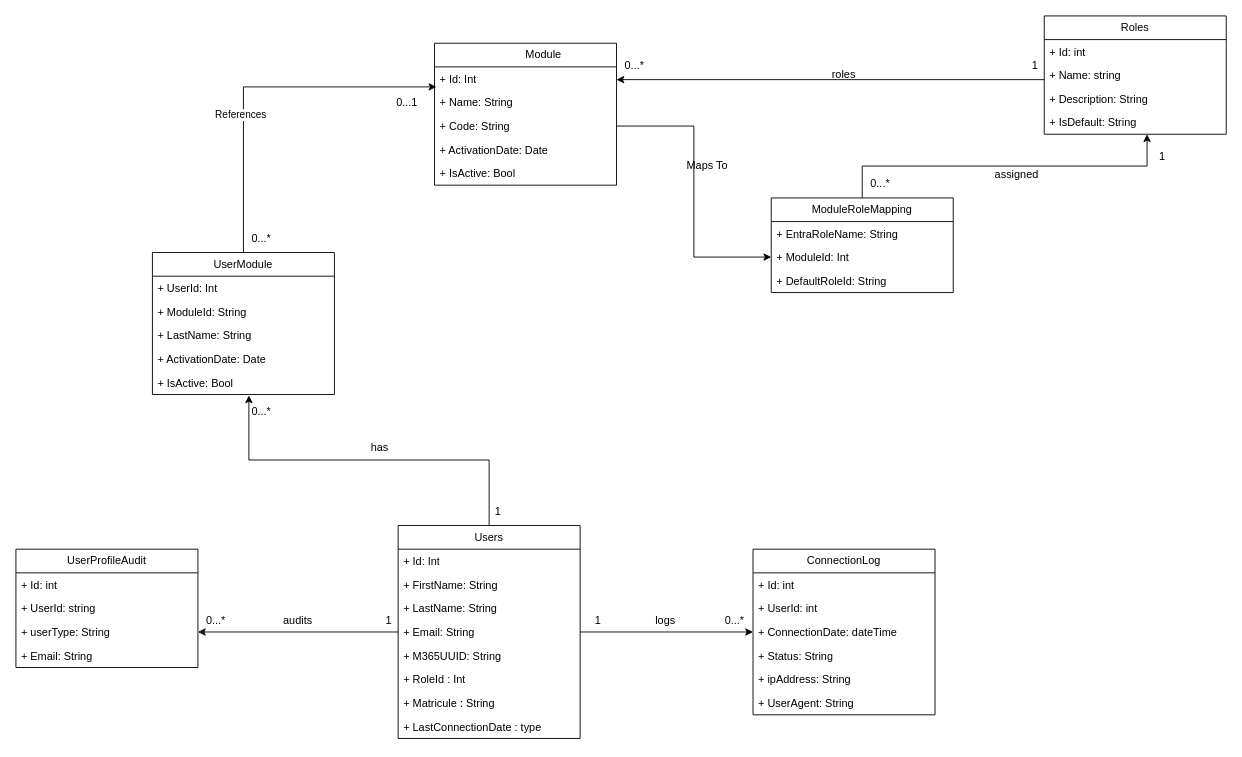
Before: FluxConnexionMasterData_ClassDiagram.drawio in LeloKarma/website, a draw.io diagram. Source tidied: cells renumbered, new cells numbered last; positions are measured from the earlier drawing's top-left corner, leaving out a move shared by most shapes. Both pictures are drawn from the tidied source at 91%, with x=0, y=0 at pixel (15, 15).
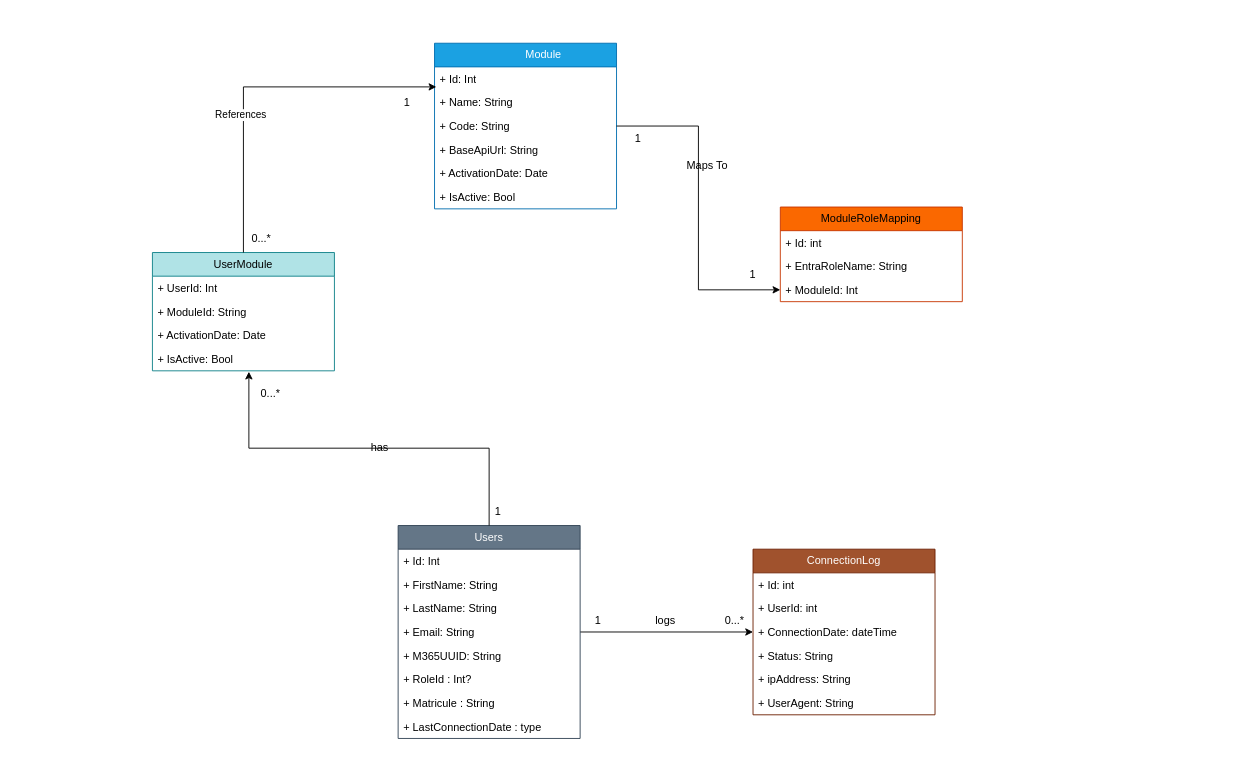
Above is the later version.

Commit message:
Mettre à jour FluxConnexionMasterData_ClassDiagram.drawio

Change to the diagram source:
```diff
@@
-    <mxCell id="3" style="edgeStyle=orthogonalEdgeStyle;rounded=0;jettySize=auto;html=1;" parent="1" edge="1" source="4" target="40">
-      <mxGeometry relative="1" as="geometry" />
-    </mxCell>
-    <mxCell id="4" value="Users" style="swimlane;fontStyle=0;horizontal=1;startSize=26;fillColor=none;whiteSpace=wrap;html=1;" parent="1" vertex="1">
+    <mxCell id="4" value="Users" style="swimlane;fontStyle=0;horizontal=1;startSize=26;fillColor=#647687;whiteSpace=wrap;html=1;fontColor=#ffffff;strokeColor=#314354;" parent="1" vertex="1">
       <mxGeometry x="420" y="560" width="200" height="234" as="geometry" />
     </mxCell>
@@
-    <mxCell id="10" value="+ RoleId&amp;nbsp;&lt;span style=&quot;background-color: transparent; color: light-dark(rgb(0, 0, 0), rgb(255, 255, 255));&quot;&gt;: Int&lt;/span&gt;" style="text;strokeColor=none;fillColor=none;align=left;verticalAlign=top;spacingLeft=4;spacingRight=4;overflow=hidden;whiteSpace=wrap;html=1;" parent="4" vertex="1">
+    <mxCell id="10" value="+ RoleId&amp;nbsp;&lt;span style=&quot;background-color: transparent; color: light-dark(rgb(0, 0, 0), rgb(255, 255, 255));&quot;&gt;: Int?&lt;/span&gt;" style="text;strokeColor=none;fillColor=none;align=left;verticalAlign=top;spacingLeft=4;spacingRight=4;overflow=hidden;whiteSpace=wrap;html=1;" parent="4" vertex="1">
       <mxGeometry y="156" width="200" height="26" as="geometry" />
     </mxCell>
@@
-    <mxCell id="13" style="edgeStyle=orthogonalEdgeStyle;rounded=0;jettySize=auto;html=1;entryX=0.565;entryY=1;entryDx=0;entryDy=0;entryPerimeter=0;" parent="1" edge="1" source="14" target="46">
-      <mxGeometry relative="1" as="geometry" />
-    </mxCell>
-    <mxCell id="14" value="ModuleRoleMapping" style="swimlane;fontStyle=0;horizontal=1;startSize=26;fillColor=none;whiteSpace=wrap;html=1;" parent="1" vertex="1">
-      <mxGeometry x="830" y="200" width="200" height="104" as="geometry" />
+    <mxCell id="14" value="ModuleRoleMapping" style="swimlane;fontStyle=0;horizontal=1;startSize=26;fillColor=#fa6800;whiteSpace=wrap;html=1;fontColor=#000000;strokeColor=#C73500;" parent="1" vertex="1">
+      <mxGeometry x="840" y="210" width="200" height="104" as="geometry" />
     </mxCell>
+    <mxCell id="17" value="+ Id: int" style="text;strokeColor=none;fillColor=none;align=left;verticalAlign=top;spacingLeft=4;spacingRight=4;overflow=hidden;whiteSpace=wrap;html=1;" parent="14" vertex="1">
+      <mxGeometry y="26" width="200" height="26" as="geometry" />
+    </mxCell>
     <mxCell id="15" value="+ EntraRoleName: String" style="text;strokeColor=none;fillColor=none;align=left;verticalAlign=top;spacingLeft=4;spacingRight=4;overflow=hidden;whiteSpace=wrap;html=1;" parent="14" vertex="1">
-      <mxGeometry y="26" width="200" height="26" as="geometry" />
+      <mxGeometry y="52" width="200" height="26" as="geometry" />
     </mxCell>
     <mxCell id="16" value="+ ModuleId: Int" style="text;strokeColor=none;fillColor=none;align=left;verticalAlign=top;spacingLeft=4;spacingRight=4;overflow=hidden;points=[[0,0.5],[1,0.5]];portConstraint=eastwest;whiteSpace=wrap;html=1;" parent="14" vertex="1">
-      <mxGeometry y="52" width="200" height="26" as="geometry" />
+      <mxGeometry y="78" width="200" height="26" as="geometry" />
     </mxCell>
-    <mxCell id="17" value="+ DefaultRoleId: String" style="text;strokeColor=none;fillColor=none;align=left;verticalAlign=top;spacingLeft=4;spacingRight=4;overflow=hidden;whiteSpace=wrap;html=1;" parent="14" vertex="1">
-      <mxGeometry y="78" width="200" height="26" as="geometry" />
-    </mxCell>
-    <mxCell id="18" value="UserModule" style="swimlane;fontStyle=0;horizontal=1;startSize=26;fillColor=none;whiteSpace=wrap;html=1;" parent="1" vertex="1">
-      <mxGeometry x="150" y="260" width="200" height="156" as="geometry" />
+    <mxCell id="18" value="UserModule" style="swimlane;fontStyle=0;horizontal=1;startSize=26;fillColor=#b0e3e6;whiteSpace=wrap;html=1;strokeColor=#0e8088;" parent="1" vertex="1">
+      <mxGeometry x="150" y="260" width="200" height="130" as="geometry" />
     </mxCell>
@@
-    <mxCell id="21" value="+ LastName: String" style="text;strokeColor=none;fillColor=none;align=left;verticalAlign=top;spacingLeft=4;spacingRight=4;overflow=hidden;whiteSpace=wrap;html=1;" parent="18" vertex="1">
-      <mxGeometry y="78" width="200" height="26" as="geometry" />
-    </mxCell>
     <mxCell id="22" value="+ ActivationDate: Date" style="text;strokeColor=none;fillColor=none;align=left;verticalAlign=top;spacingLeft=4;spacingRight=4;overflow=hidden;whiteSpace=wrap;html=1;" parent="18" vertex="1">
-      <mxGeometry y="104" width="200" height="26" as="geometry" />
+      <mxGeometry y="78" width="200" height="26" as="geometry" />
     </mxCell>
     <mxCell id="23" value="+ IsActive: Bool" style="text;strokeColor=none;fillColor=none;align=left;verticalAlign=top;spacingLeft=4;spacingRight=4;overflow=hidden;points=[[0,0.5],[1,0.5]];portConstraint=eastwest;whiteSpace=wrap;html=1;" parent="18" vertex="1">
-      <mxGeometry y="130" width="200" height="26" as="geometry" />
+      <mxGeometry y="104" width="200" height="26" as="geometry" />
     </mxCell>
-    <mxCell id="24" value="&lt;blockquote style=&quot;margin: 0 0 0 40px; border: none; padding: 0px;&quot;&gt;Module&lt;/blockquote&gt;" style="swimlane;fontStyle=0;horizontal=1;startSize=26;fillColor=none;whiteSpace=wrap;html=1;" parent="1" vertex="1">
-      <mxGeometry x="460" y="30" width="200" height="156" as="geometry" />
+    <mxCell id="24" value="&lt;blockquote style=&quot;margin: 0 0 0 40px; border: none; padding: 0px;&quot;&gt;Module&lt;/blockquote&gt;" style="swimlane;fontStyle=0;horizontal=1;startSize=26;fillColor=#1ba1e2;whiteSpace=wrap;html=1;fontColor=#ffffff;strokeColor=#006EAF;" parent="1" vertex="1">
+      <mxGeometry x="460" y="30" width="200" height="182" as="geometry" />
     </mxCell>
@@
+    <mxCell id="70" value="+ BaseApiUrl: String" style="text;strokeColor=none;fillColor=none;align=left;verticalAlign=top;spacingLeft=4;spacingRight=4;overflow=hidden;whiteSpace=wrap;html=1;" parent="24" vertex="1">
+      <mxGeometry y="104" width="200" height="26" as="geometry" />
+    </mxCell>
     <mxCell id="28" value="+ ActivationDate: Date" style="text;strokeColor=none;fillColor=none;align=left;verticalAlign=top;spacingLeft=4;spacingRight=4;overflow=hidden;whiteSpace=wrap;html=1;" parent="24" vertex="1">
-      <mxGeometry y="104" width="200" height="26" as="geometry" />
+      <mxGeometry y="130" width="200" height="26" as="geometry" />
     </mxCell>
     <mxCell id="29" value="+ IsActive: Bool" style="text;strokeColor=none;fillColor=none;align=left;verticalAlign=top;spacingLeft=4;spacingRight=4;overflow=hidden;whiteSpace=wrap;html=1;" parent="24" vertex="1">
-      <mxGeometry y="130" width="200" height="26" as="geometry" />
+      <mxGeometry y="156" width="200" height="26" as="geometry" />
     </mxCell>
-    <mxCell id="30" value="ConnectionLog" style="swimlane;fontStyle=0;horizontal=1;startSize=26;fillColor=none;whiteSpace=wrap;html=1;" parent="1" vertex="1">
+    <mxCell id="30" value="ConnectionLog" style="swimlane;fontStyle=0;horizontal=1;startSize=26;fillColor=#a0522d;whiteSpace=wrap;html=1;fontColor=#ffffff;strokeColor=#6D1F00;" parent="1" vertex="1">
       <mxGeometry x="810" y="586" width="200" height="182" as="geometry" />
     </mxCell>
@@
-    <mxCell id="37" value="UserProfileAudit" style="swimlane;fontStyle=0;horizontal=1;startSize=26;fillColor=none;whiteSpace=wrap;html=1;" parent="1" vertex="1">
-      <mxGeometry y="586" width="200" height="130" as="geometry" />
-    </mxCell>
-    <mxCell id="38" value="+ Id: int" style="text;strokeColor=none;fillColor=none;align=left;verticalAlign=top;spacingLeft=4;spacingRight=4;overflow=hidden;whiteSpace=wrap;html=1;" parent="37" vertex="1">
-      <mxGeometry y="26" width="200" height="26" as="geometry" />
-    </mxCell>
-    <mxCell id="39" value="+ UserId: string" style="text;strokeColor=none;fillColor=none;align=left;verticalAlign=top;spacingLeft=4;spacingRight=4;overflow=hidden;whiteSpace=wrap;html=1;" parent="37" vertex="1">
-      <mxGeometry y="52" width="200" height="26" as="geometry" />
-    </mxCell>
-    <mxCell id="40" value="+ userType: String" style="text;strokeColor=none;fillColor=none;align=left;verticalAlign=top;spacingLeft=4;spacingRight=4;overflow=hidden;points=[[0,0.5],[1,0.5]];portConstraint=eastwest;whiteSpace=wrap;html=1;" parent="37" vertex="1">
-      <mxGeometry y="78" width="200" height="26" as="geometry" />
-    </mxCell>
-    <mxCell id="41" value="+ Email: String" style="text;strokeColor=none;fillColor=none;align=left;verticalAlign=top;spacingLeft=4;spacingRight=4;overflow=hidden;whiteSpace=wrap;html=1;" parent="37" vertex="1">
-      <mxGeometry y="104" width="200" height="26" as="geometry" />
-    </mxCell>
-    <mxCell id="42" value="Roles" style="swimlane;fontStyle=0;horizontal=1;startSize=26;fillColor=none;whiteSpace=wrap;html=1;" parent="1" vertex="1">
-      <mxGeometry x="1130" width="200" height="130" as="geometry" />
-    </mxCell>
-    <mxCell id="43" value="+ Id: int" style="text;strokeColor=none;fillColor=none;align=left;verticalAlign=top;spacingLeft=4;spacingRight=4;overflow=hidden;whiteSpace=wrap;html=1;" parent="42" vertex="1">
-      <mxGeometry y="26" width="200" height="26" as="geometry" />
-    </mxCell>
-    <mxCell id="44" value="+ Name: string" style="text;strokeColor=none;fillColor=none;align=left;verticalAlign=top;spacingLeft=4;spacingRight=4;overflow=hidden;whiteSpace=wrap;html=1;" parent="42" vertex="1">
-      <mxGeometry y="52" width="200" height="26" as="geometry" />
-    </mxCell>
-    <mxCell id="45" value="+ Description: String" style="text;strokeColor=none;fillColor=none;align=left;verticalAlign=top;spacingLeft=4;spacingRight=4;overflow=hidden;whiteSpace=wrap;html=1;" parent="42" vertex="1">
-      <mxGeometry y="78" width="200" height="26" as="geometry" />
-    </mxCell>
-    <mxCell id="46" value="+ IsDefault: String" style="text;strokeColor=none;fillColor=none;align=left;verticalAlign=top;spacingLeft=4;spacingRight=4;overflow=hidden;points=[[0,0.5],[1,0.5]];portConstraint=eastwest;whiteSpace=wrap;html=1;" parent="42" vertex="1">
-      <mxGeometry y="104" width="200" height="26" as="geometry" />
-    </mxCell>
-    <mxCell id="47" value="1" style="text;html=1;whiteSpace=wrap;strokeColor=none;fillColor=none;align=center;verticalAlign=middle;rounded=0;" parent="1" vertex="1">
-      <mxGeometry x="1230" y="140" width="60" height="30" as="geometry" />
-    </mxCell>
-    <mxCell id="48" value="0...*" style="text;html=1;whiteSpace=wrap;strokeColor=none;fillColor=none;align=center;verticalAlign=middle;rounded=0;" parent="1" vertex="1">
-      <mxGeometry x="920" y="170" width="60" height="30" as="geometry" />
-    </mxCell>
@@
-    <mxCell id="50" value="assigned" style="text;html=1;whiteSpace=wrap;strokeColor=none;fillColor=none;align=center;verticalAlign=middle;rounded=0;" parent="1" vertex="1">
-      <mxGeometry x="1070" y="160" width="60" height="30" as="geometry" />
-    </mxCell>
@@
-    <mxCell id="55" value="0...1" style="text;html=1;whiteSpace=wrap;strokeColor=none;fillColor=none;align=center;verticalAlign=middle;rounded=0;" parent="1" vertex="1">
+    <mxCell id="55" value="1" style="text;html=1;whiteSpace=wrap;strokeColor=none;fillColor=none;align=center;verticalAlign=middle;rounded=0;" parent="1" vertex="1">
       <mxGeometry x="400" y="80" width="60" height="30" as="geometry" />
     </mxCell>
@@
-    <mxCell id="59" value="audits" style="text;html=1;whiteSpace=wrap;strokeColor=none;fillColor=none;align=center;verticalAlign=middle;rounded=0;" parent="1" vertex="1">
-      <mxGeometry x="280" y="650" width="60" height="30" as="geometry" />
-    </mxCell>
-    <mxCell id="60" value="1" style="text;html=1;whiteSpace=wrap;strokeColor=none;fillColor=none;align=center;verticalAlign=middle;rounded=0;" parent="1" vertex="1">
-      <mxGeometry x="380" y="650" width="60" height="30" as="geometry" />
-    </mxCell>
-    <mxCell id="61" value="0...*" style="text;html=1;whiteSpace=wrap;strokeColor=none;fillColor=none;align=center;verticalAlign=middle;rounded=0;" parent="1" vertex="1">
-      <mxGeometry x="190" y="650" width="60" height="30" as="geometry" />
-    </mxCell>
@@
     <mxCell id="65" value="0...*" style="text;html=1;whiteSpace=wrap;strokeColor=none;fillColor=none;align=center;verticalAlign=middle;rounded=0;" parent="1" vertex="1">
-      <mxGeometry x="240" y="420" width="60" height="30" as="geometry" />
+      <mxGeometry x="250" y="400" width="60" height="30" as="geometry" />
     </mxCell>
-    <mxCell id="66" style="edgeStyle=orthogonalEdgeStyle;rounded=0;orthogonalLoop=1;jettySize=auto;html=1;" parent="1" edge="1">
-      <mxGeometry relative="1" as="geometry">
-        <mxPoint x="1130" y="70" as="sourcePoint" />
-        <mxPoint x="660" y="70" as="targetPoint" />
-        <Array as="points">
-          <mxPoint x="1010" y="70" />
-          <mxPoint x="1010" y="70" />
-        </Array>
-      </mxGeometry>
-    </mxCell>
-    <mxCell id="67" value="1" style="text;html=1;whiteSpace=wrap;strokeColor=none;fillColor=none;align=center;verticalAlign=middle;rounded=0;" parent="1" vertex="1">
-      <mxGeometry x="1090" y="40" width="60" height="30" as="geometry" />
-    </mxCell>
-    <mxCell id="68" value="0...*" style="text;html=1;whiteSpace=wrap;strokeColor=none;fillColor=none;align=center;verticalAlign=middle;rounded=0;" parent="1" vertex="1">
-      <mxGeometry x="650" y="40" width="60" height="30" as="geometry" />
-    </mxCell>
-    <mxCell id="69" value="roles" style="text;html=1;whiteSpace=wrap;strokeColor=none;fillColor=none;align=center;verticalAlign=middle;rounded=0;" parent="1" vertex="1">
-      <mxGeometry x="880" y="50" width="60" height="30" as="geometry" />
-    </mxCell>
+    <mxCell id="71" value="1" style="text;html=1;whiteSpace=wrap;strokeColor=none;fillColor=none;align=center;verticalAlign=middle;rounded=0;" parent="1" vertex="1">
+      <mxGeometry x="780" y="270" width="60" height="30" as="geometry" />
+    </mxCell>
+    <mxCell id="72" value="1" style="text;html=1;whiteSpace=wrap;strokeColor=none;fillColor=none;align=center;verticalAlign=middle;rounded=0;" parent="1" vertex="1">
+      <mxGeometry x="654" y="120" width="60" height="30" as="geometry" />
+    </mxCell>
```
